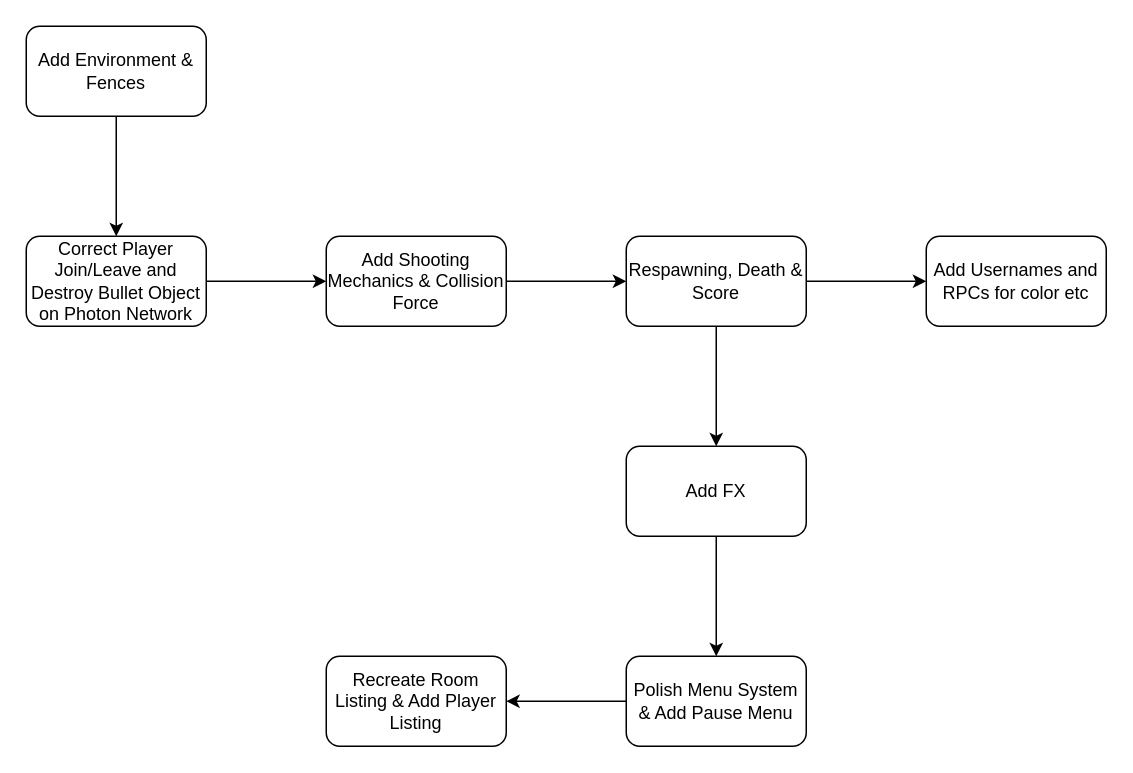
Before: Untitled Diagram.drawio in coded-21/orgDiags, a draw.io diagram. Source tidied: cells renumbered, new cells numbered last; positions are measured from the earlier drawing's top-left corner, leaving out a move shared by most shapes. Both pictures are drawn from the tidied source at 150%, with x=0, y=0 at pixel (26, 26).
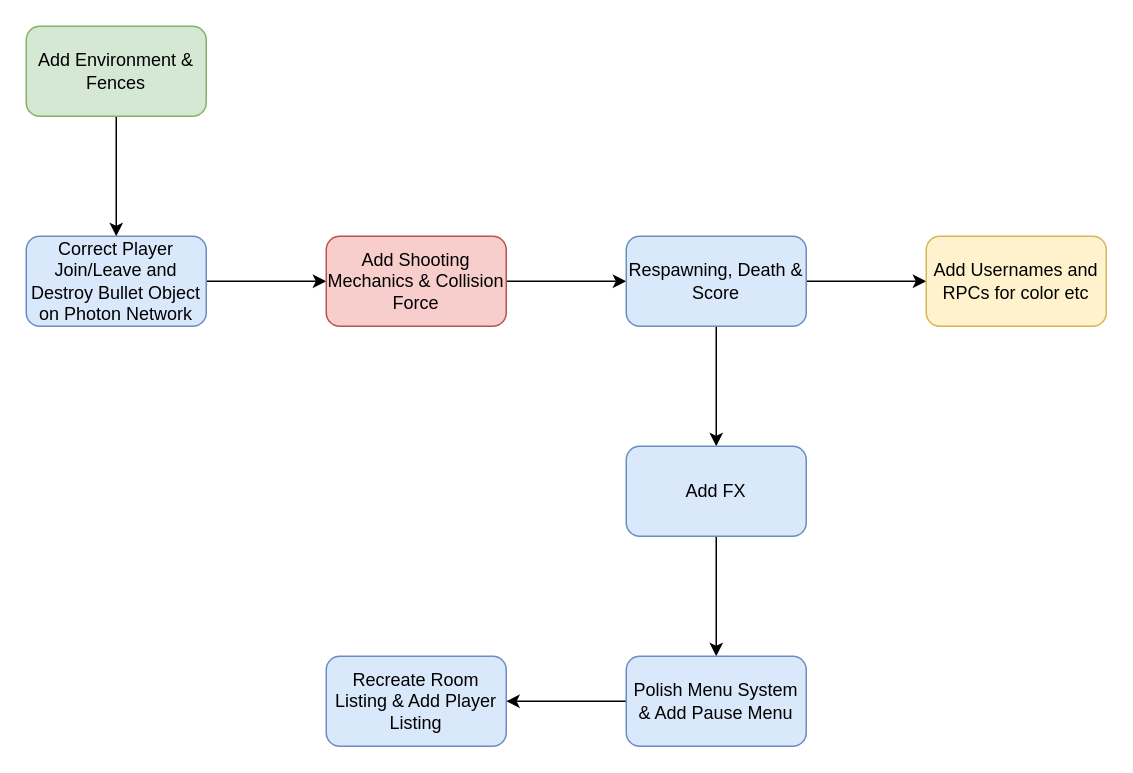
The same diagram, later.

The edit, as a diff of the source:
```diff
@@
 <mxGraphModel>
   <root>
     <mxCell id="0" />
     <mxCell id="1" parent="0" />
     <mxCell id="2" style="edgeStyle=orthogonalEdgeStyle;rounded=0;jettySize=auto;html=1;" parent="1" edge="1" source="3" target="5">
       <mxGeometry relative="1" as="geometry" />
     </mxCell>
-    <mxCell id="3" value="Add Environment &amp;amp; Fences" style="rounded=1;whiteSpace=wrap;html=1;" parent="1" vertex="1">
+    <mxCell id="3" value="Add Environment &amp;amp; Fences" style="rounded=1;whiteSpace=wrap;html=1;fillColor=#d5e8d4;strokeColor=#82b366;" parent="1" vertex="1">
       <mxGeometry width="120" height="60" as="geometry" />
     </mxCell>
     <mxCell id="4" style="edgeStyle=orthogonalEdgeStyle;rounded=0;jettySize=auto;html=1;" parent="1" edge="1" source="5" target="7">
       <mxGeometry relative="1" as="geometry" />
     </mxCell>
-    <mxCell id="5" value="Correct Player Join/Leave and Destroy Bullet Object on Photon Network" style="whiteSpace=wrap;html=1;rounded=1;" parent="1" vertex="1">
+    <mxCell id="5" value="Correct Player Join/Leave and Destroy Bullet Object on Photon Network" style="whiteSpace=wrap;html=1;rounded=1;fillColor=#dae8fc;strokeColor=#6c8ebf;" parent="1" vertex="1">
       <mxGeometry y="140" width="120" height="60" as="geometry" />
     </mxCell>
     <mxCell id="6" style="edgeStyle=orthogonalEdgeStyle;rounded=0;jettySize=auto;html=1;" parent="1" edge="1" source="7" target="10">
       <mxGeometry relative="1" as="geometry" />
     </mxCell>
-    <mxCell id="7" value="Add Shooting Mechanics &amp;amp; Collision Force" style="whiteSpace=wrap;html=1;rounded=1;" parent="1" vertex="1">
+    <mxCell id="7" value="Add Shooting Mechanics &amp;amp; Collision Force" style="whiteSpace=wrap;html=1;rounded=1;fillColor=#f8cecc;strokeColor=#b85450;" parent="1" vertex="1">
       <mxGeometry x="200" y="140" width="120" height="60" as="geometry" />
     </mxCell>
     <mxCell id="8" style="edgeStyle=orthogonalEdgeStyle;rounded=0;jettySize=auto;html=1;" parent="1" edge="1" source="10" target="12">
       <mxGeometry relative="1" as="geometry" />
     </mxCell>
     <mxCell id="9" style="edgeStyle=orthogonalEdgeStyle;rounded=0;jettySize=auto;html=1;" parent="1" edge="1" source="10" target="16">
       <mxGeometry relative="1" as="geometry" />
     </mxCell>
-    <mxCell id="10" value="Respawning, Death &amp;amp; Score" style="whiteSpace=wrap;html=1;rounded=1;" parent="1" vertex="1">
+    <mxCell id="10" value="Respawning, Death &amp;amp; Score" style="whiteSpace=wrap;html=1;rounded=1;fillColor=#dae8fc;strokeColor=#6c8ebf;" parent="1" vertex="1">
       <mxGeometry x="400" y="140" width="120" height="60" as="geometry" />
     </mxCell>
     <mxCell id="11" style="edgeStyle=orthogonalEdgeStyle;rounded=0;jettySize=auto;html=1;" parent="1" edge="1" source="12" target="14">
       <mxGeometry relative="1" as="geometry" />
     </mxCell>
-    <mxCell id="12" value="Add FX" style="whiteSpace=wrap;html=1;rounded=1;" parent="1" vertex="1">
+    <mxCell id="12" value="Add FX" style="whiteSpace=wrap;html=1;rounded=1;fillColor=#dae8fc;strokeColor=#6c8ebf;" parent="1" vertex="1">
       <mxGeometry x="400" y="280" width="120" height="60" as="geometry" />
     </mxCell>
     <mxCell id="13" style="edgeStyle=orthogonalEdgeStyle;rounded=0;jettySize=auto;html=1;" parent="1" edge="1" source="14" target="15">
       <mxGeometry relative="1" as="geometry" />
     </mxCell>
-    <mxCell id="14" value="Polish Menu System &amp;amp; Add Pause Menu" style="whiteSpace=wrap;html=1;rounded=1;" parent="1" vertex="1">
+    <mxCell id="14" value="Polish Menu System &amp;amp; Add Pause Menu" style="whiteSpace=wrap;html=1;rounded=1;fillColor=#dae8fc;strokeColor=#6c8ebf;" parent="1" vertex="1">
       <mxGeometry x="400" y="420" width="120" height="60" as="geometry" />
     </mxCell>
-    <mxCell id="15" value="Recreate Room Listing &amp;amp; Add Player Listing" style="whiteSpace=wrap;html=1;rounded=1;" parent="1" vertex="1">
+    <mxCell id="15" value="Recreate Room Listing &amp;amp; Add Player Listing" style="whiteSpace=wrap;html=1;rounded=1;fillColor=#dae8fc;strokeColor=#6c8ebf;" parent="1" vertex="1">
       <mxGeometry x="200" y="420" width="120" height="60" as="geometry" />
     </mxCell>
-    <mxCell id="16" value="Add Usernames and RPCs for color etc" style="whiteSpace=wrap;html=1;rounded=1;" parent="1" vertex="1">
+    <mxCell id="16" value="Add Usernames and RPCs for color etc" style="whiteSpace=wrap;html=1;rounded=1;fillColor=#fff2cc;strokeColor=#d6b656;" parent="1" vertex="1">
       <mxGeometry x="600" y="140" width="120" height="60" as="geometry" />
     </mxCell>
   </root>
 </mxGraphModel>
```
